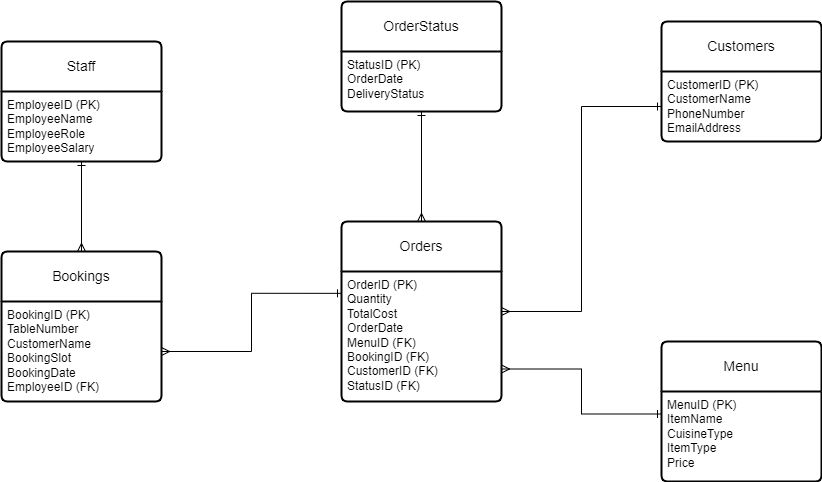
johnt759/db-capstone-project keeps this draw.io diagram as Little Lemon Logical Model.png. Above is the earlier version. Source tidied: cells renumbered, new cells last; positions are measured from the earlier drawing's top-left corner, leaving out a move shared by most shapes.
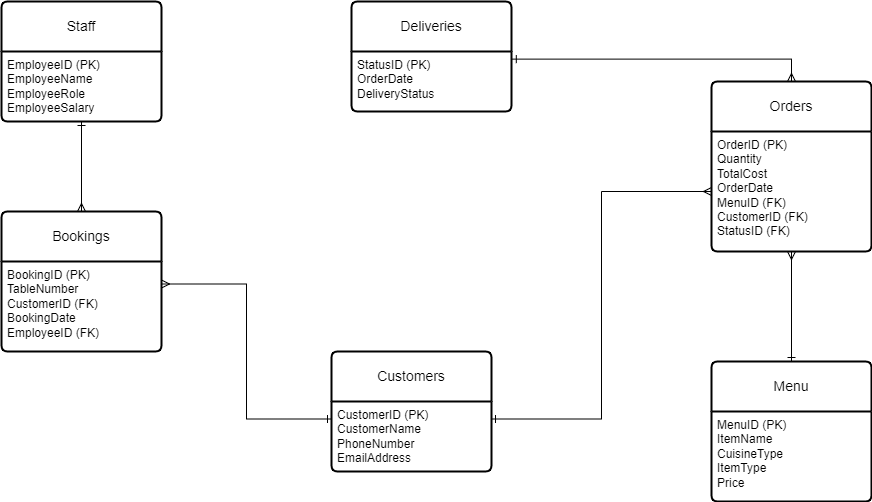
After the change.

What changed in the source:
```diff
@@ -3,10 +3,10 @@
     <mxCell id="0" />
     <mxCell id="1" parent="0" />
     <mxCell id="2" value="Bookings" style="swimlane;horizontal=1;startSize=50;rounded=1;fontSize=14;fontStyle=0;strokeWidth=2;shadow=0;dashed=0;align=center;arcSize=4;whiteSpace=wrap;html=1;" parent="1" vertex="1">
-      <mxGeometry y="250" width="160" height="150" as="geometry" />
+      <mxGeometry y="250" width="160" height="140" as="geometry" />
     </mxCell>
-    <mxCell id="3" value="BookingID (PK)&lt;br&gt;TableNumber&lt;br&gt;CustomerName&lt;br&gt;BookingSlot&lt;br&gt;BookingDate&lt;br&gt;EmployeeID (FK)" style="align=left;strokeColor=none;fillColor=none;spacingLeft=4;fontSize=12;verticalAlign=top;html=1;" parent="2" vertex="1">
-      <mxGeometry y="50" width="160" height="100" as="geometry" />
+    <mxCell id="3" value="BookingID (PK)&lt;br&gt;TableNumber&lt;br&gt;CustomerID (FK)&lt;br&gt;BookingDate&lt;br&gt;EmployeeID (FK)" style="align=left;strokeColor=none;fillColor=none;spacingLeft=4;fontSize=12;verticalAlign=top;html=1;" parent="2" vertex="1">
+      <mxGeometry y="50" width="160" height="90" as="geometry" />
     </mxCell>
     <mxCell id="4" value="Staff" style="swimlane;horizontal=1;startSize=50;rounded=1;fontSize=14;fontStyle=0;strokeWidth=2;shadow=0;dashed=0;align=center;arcSize=4;whiteSpace=wrap;html=1;" parent="1" vertex="1">
       <mxGeometry y="40" width="160" height="120" as="geometry" />
@@ -15,43 +15,43 @@
       <mxGeometry y="50" width="160" height="70" as="geometry" />
     </mxCell>
     <mxCell id="6" value="Menu" style="swimlane;horizontal=1;startSize=50;rounded=1;fontSize=14;fontStyle=0;strokeWidth=2;shadow=0;dashed=0;align=center;arcSize=4;whiteSpace=wrap;html=1;" parent="1" vertex="1">
-      <mxGeometry x="660" y="340" width="160" height="140" as="geometry" />
+      <mxGeometry x="710" y="400" width="160" height="140" as="geometry" />
     </mxCell>
     <mxCell id="7" value="MenuID (PK)&lt;br&gt;ItemName&lt;br&gt;CuisineType&lt;br&gt;ItemType&lt;br&gt;Price" style="align=left;strokeColor=none;fillColor=none;spacingLeft=4;fontSize=12;verticalAlign=top;html=1;" parent="6" vertex="1">
       <mxGeometry y="50" width="160" height="90" as="geometry" />
     </mxCell>
-    <mxCell id="8" value="OrderStatus" style="swimlane;horizontal=1;startSize=50;rounded=1;fontSize=14;fontStyle=0;strokeWidth=2;shadow=0;dashed=0;align=center;arcSize=4;whiteSpace=wrap;html=1;" parent="1" vertex="1">
-      <mxGeometry x="340" width="160" height="110" as="geometry" />
+    <mxCell id="8" value="Deliveries" style="swimlane;horizontal=1;startSize=50;rounded=1;fontSize=14;fontStyle=0;strokeWidth=2;shadow=0;dashed=0;align=center;arcSize=4;whiteSpace=wrap;html=1;" parent="1" vertex="1">
+      <mxGeometry x="350" y="40" width="160" height="110" as="geometry" />
     </mxCell>
     <mxCell id="9" value="StatusID (PK)&lt;br&gt;OrderDate&lt;br&gt;DeliveryStatus" style="align=left;strokeColor=none;fillColor=none;spacingLeft=4;fontSize=12;verticalAlign=top;html=1;" parent="8" vertex="1">
       <mxGeometry y="50" width="160" height="60" as="geometry" />
     </mxCell>
     <mxCell id="10" value="Customers" style="swimlane;horizontal=1;startSize=50;rounded=1;fontSize=14;fontStyle=0;strokeWidth=2;shadow=0;dashed=0;align=center;arcSize=4;whiteSpace=wrap;html=1;" parent="1" vertex="1">
-      <mxGeometry x="660" y="20" width="160" height="120" as="geometry" />
+      <mxGeometry x="330" y="390" width="160" height="120" as="geometry" />
     </mxCell>
     <mxCell id="11" value="CustomerID (PK)&lt;br&gt;CustomerName&lt;br&gt;PhoneNumber&lt;br&gt;EmailAddress" style="align=left;strokeColor=none;fillColor=none;spacingLeft=4;fontSize=12;verticalAlign=top;html=1;" parent="10" vertex="1">
       <mxGeometry y="50" width="160" height="70" as="geometry" />
     </mxCell>
-    <mxCell id="12" style="edgeStyle=orthogonalEdgeStyle;rounded=0;jettySize=auto;html=1;exitX=0.5;exitY=0;exitDx=0;exitDy=0;entryX=0.5;entryY=1;entryDx=0;entryDy=0;endArrow=ERone;endFill=0;startArrow=ERmany;startFill=0;" parent="1" edge="1" source="14" target="9">
+    <mxCell id="12" style="edgeStyle=orthogonalEdgeStyle;rounded=0;jettySize=auto;html=1;exitX=0.5;exitY=0;exitDx=0;exitDy=0;entryX=1.005;entryY=0.127;entryDx=0;entryDy=0;endArrow=ERone;endFill=0;startArrow=ERmany;startFill=0;entryPerimeter=0;" parent="1" edge="1" source="14" target="9">
       <mxGeometry relative="1" as="geometry" />
     </mxCell>
-    <mxCell id="13" style="edgeStyle=orthogonalEdgeStyle;rounded=0;jettySize=auto;html=1;exitX=1;exitY=0.5;exitDx=0;exitDy=0;entryX=0;entryY=0.5;entryDx=0;entryDy=0;endArrow=ERone;endFill=0;startArrow=ERmany;startFill=0;" parent="1" edge="1" source="14" target="11">
-      <mxGeometry relative="1" as="geometry" />
-    </mxCell>
     <mxCell id="14" value="Orders" style="swimlane;horizontal=1;startSize=50;rounded=1;fontSize=14;fontStyle=0;strokeWidth=2;shadow=0;dashed=0;align=center;arcSize=4;whiteSpace=wrap;html=1;" parent="1" vertex="1">
-      <mxGeometry x="340" y="220" width="160" height="180" as="geometry" />
+      <mxGeometry x="710" y="120" width="160" height="170" as="geometry" />
     </mxCell>
-    <mxCell id="15" value="OrderID (PK)&lt;br&gt;Quantity&lt;br&gt;TotalCost&lt;br&gt;OrderDate&lt;br&gt;MenuID (FK)&lt;br&gt;BookingID (FK)&lt;br&gt;CustomerID (FK)&lt;br&gt;StatusID (FK)" style="align=left;strokeColor=none;fillColor=none;spacingLeft=4;fontSize=12;verticalAlign=top;html=1;" parent="14" vertex="1">
-      <mxGeometry y="50" width="160" height="130" as="geometry" />
+    <mxCell id="15" value="OrderID (PK)&lt;br&gt;Quantity&lt;br&gt;TotalCost&lt;br&gt;OrderDate&lt;br&gt;MenuID (FK)&lt;br&gt;CustomerID (FK)&lt;br&gt;StatusID (FK)" style="align=left;strokeColor=none;fillColor=none;spacingLeft=4;fontSize=12;verticalAlign=top;html=1;" parent="14" vertex="1">
+      <mxGeometry y="50" width="160" height="120" as="geometry" />
     </mxCell>
-    <mxCell id="16" style="edgeStyle=orthogonalEdgeStyle;rounded=0;jettySize=auto;html=1;exitX=1;exitY=0.75;exitDx=0;exitDy=0;entryX=0;entryY=0.25;entryDx=0;entryDy=0;endArrow=ERone;endFill=0;startArrow=ERmany;startFill=0;" parent="1" edge="1" source="15" target="7">
+    <mxCell id="16" style="edgeStyle=orthogonalEdgeStyle;rounded=0;jettySize=auto;html=1;exitX=0.5;exitY=1;exitDx=0;exitDy=0;entryX=0.5;entryY=0;entryDx=0;entryDy=0;endArrow=ERone;endFill=0;startArrow=ERmany;startFill=0;" parent="1" edge="1" source="15" target="6">
       <mxGeometry relative="1" as="geometry" />
     </mxCell>
-    <mxCell id="17" style="edgeStyle=orthogonalEdgeStyle;rounded=0;jettySize=auto;html=1;entryX=0;entryY=0.168;entryDx=0;entryDy=0;entryPerimeter=0;endArrow=ERone;endFill=0;exitX=1;exitY=0.5;exitDx=0;exitDy=0;startArrow=ERmany;startFill=0;" parent="1" edge="1" source="3" target="15">
-      <mxGeometry relative="1" as="geometry" />
-    </mxCell>
     <mxCell id="18" style="edgeStyle=orthogonalEdgeStyle;rounded=0;jettySize=auto;html=1;exitX=0.5;exitY=1;exitDx=0;exitDy=0;entryX=0.5;entryY=0;entryDx=0;entryDy=0;endArrow=ERmany;endFill=0;startArrow=ERone;startFill=0;" parent="1" edge="1" source="5" target="2">
       <mxGeometry relative="1" as="geometry" />
     </mxCell>
+    <mxCell id="19" style="edgeStyle=orthogonalEdgeStyle;rounded=0;jettySize=auto;html=1;exitX=0;exitY=0.25;exitDx=0;exitDy=0;entryX=1;entryY=0.25;entryDx=0;entryDy=0;endArrow=ERmany;endFill=0;startArrow=ERone;startFill=0;" parent="1" edge="1" source="11" target="3">
+      <mxGeometry relative="1" as="geometry" />
+    </mxCell>
+    <mxCell id="20" style="edgeStyle=orthogonalEdgeStyle;rounded=0;jettySize=auto;html=1;exitX=1;exitY=0.25;exitDx=0;exitDy=0;entryX=0;entryY=0.5;entryDx=0;entryDy=0;startArrow=ERone;startFill=0;endArrow=ERmany;endFill=0;" parent="1" edge="1" source="11" target="15">
+      <mxGeometry relative="1" as="geometry" />
+    </mxCell>
   </root>
 </mxGraphModel>
```
